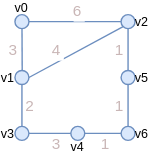
Above: Graph0.drawio.svg in g121370451/Historical-Example-Image (draw.io), before the change. Source tidied: cells renumbered, new cells last; positions are measured from the earlier drawing's top-left corner, leaving out a move shared by most shapes.
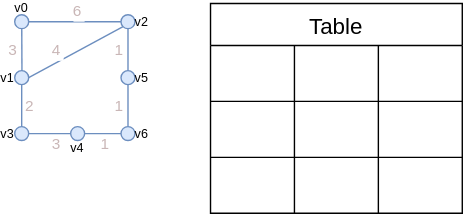
Later version of the same file.

Commit message:
添加2021-desc演示图

The edit, as a diff of the source:
```diff
@@ -92,5 +92,44 @@
     <mxCell id="31" value="v0" style="text;strokeColor=none;align=center;fillColor=none;verticalAlign=middle;rounded=0;fontSize=9;" parent="1" vertex="1">
       <mxGeometry x="10" width="10" height="10" as="geometry" />
     </mxCell>
+    <mxCell id="32" value="Table" style="shape=table;startSize=30;strokeColor=default;fontSize=16;" parent="1" vertex="1">
+      <mxGeometry x="150" y="2" width="180" height="150" as="geometry" />
+    </mxCell>
+    <mxCell id="33" style="shape=tableRow;horizontal=0;startSize=0;swimlaneHead=0;swimlaneBody=0;strokeColor=inherit;top=0;left=0;bottom=0;right=0;fillColor=none;fontSize=16;" parent="32" vertex="1">
+      <mxGeometry y="30" width="180" height="40" as="geometry" />
+    </mxCell>
+    <mxCell id="34" style="shape=partialRectangle;html=1;whiteSpace=wrap;strokeColor=inherit;overflow=hidden;fillColor=none;top=0;left=0;bottom=0;right=0;fontSize=16;" parent="33" vertex="1">
+      <mxGeometry width="60" height="40" as="geometry" />
+    </mxCell>
+    <mxCell id="35" style="shape=partialRectangle;html=1;whiteSpace=wrap;strokeColor=inherit;overflow=hidden;fillColor=none;top=0;left=0;bottom=0;right=0;fontSize=16;" parent="33" vertex="1">
+      <mxGeometry x="60" width="60" height="40" as="geometry" />
+    </mxCell>
+    <mxCell id="36" style="shape=partialRectangle;html=1;whiteSpace=wrap;strokeColor=inherit;overflow=hidden;fillColor=none;top=0;left=0;bottom=0;right=0;fontSize=16;" parent="33" vertex="1">
+      <mxGeometry x="120" width="60" height="40" as="geometry" />
+    </mxCell>
+    <mxCell id="37" style="shape=tableRow;horizontal=0;startSize=0;swimlaneHead=0;swimlaneBody=0;strokeColor=inherit;top=0;left=0;bottom=0;right=0;fillColor=none;fontSize=16;" parent="32" vertex="1">
+      <mxGeometry y="70" width="180" height="40" as="geometry" />
+    </mxCell>
+    <mxCell id="38" style="shape=partialRectangle;html=1;whiteSpace=wrap;strokeColor=inherit;overflow=hidden;fillColor=none;top=0;left=0;bottom=0;right=0;fontSize=16;" parent="37" vertex="1">
+      <mxGeometry width="60" height="40" as="geometry" />
+    </mxCell>
+    <mxCell id="39" style="shape=partialRectangle;html=1;whiteSpace=wrap;strokeColor=inherit;overflow=hidden;fillColor=none;top=0;left=0;bottom=0;right=0;fontSize=16;" parent="37" vertex="1">
+      <mxGeometry x="60" width="60" height="40" as="geometry" />
+    </mxCell>
+    <mxCell id="40" style="shape=partialRectangle;html=1;whiteSpace=wrap;strokeColor=inherit;overflow=hidden;fillColor=none;top=0;left=0;bottom=0;right=0;fontSize=16;" parent="37" vertex="1">
+      <mxGeometry x="120" width="60" height="40" as="geometry" />
+    </mxCell>
+    <mxCell id="41" style="shape=tableRow;horizontal=0;startSize=0;swimlaneHead=0;swimlaneBody=0;strokeColor=inherit;top=0;left=0;bottom=0;right=0;fillColor=none;fontSize=16;" parent="32" vertex="1">
+      <mxGeometry y="110" width="180" height="40" as="geometry" />
+    </mxCell>
+    <mxCell id="42" style="shape=partialRectangle;html=1;whiteSpace=wrap;strokeColor=inherit;overflow=hidden;fillColor=none;top=0;left=0;bottom=0;right=0;fontSize=16;" parent="41" vertex="1">
+      <mxGeometry width="60" height="40" as="geometry" />
+    </mxCell>
+    <mxCell id="43" style="shape=partialRectangle;html=1;whiteSpace=wrap;strokeColor=inherit;overflow=hidden;fillColor=none;top=0;left=0;bottom=0;right=0;fontSize=16;" parent="41" vertex="1">
+      <mxGeometry x="60" width="60" height="40" as="geometry" />
+    </mxCell>
+    <mxCell id="44" style="shape=partialRectangle;html=1;whiteSpace=wrap;strokeColor=inherit;overflow=hidden;fillColor=none;top=0;left=0;bottom=0;right=0;fontSize=16;" parent="41" vertex="1">
+      <mxGeometry x="120" width="60" height="40" as="geometry" />
+    </mxCell>
   </root>
 </mxGraphModel>
```
